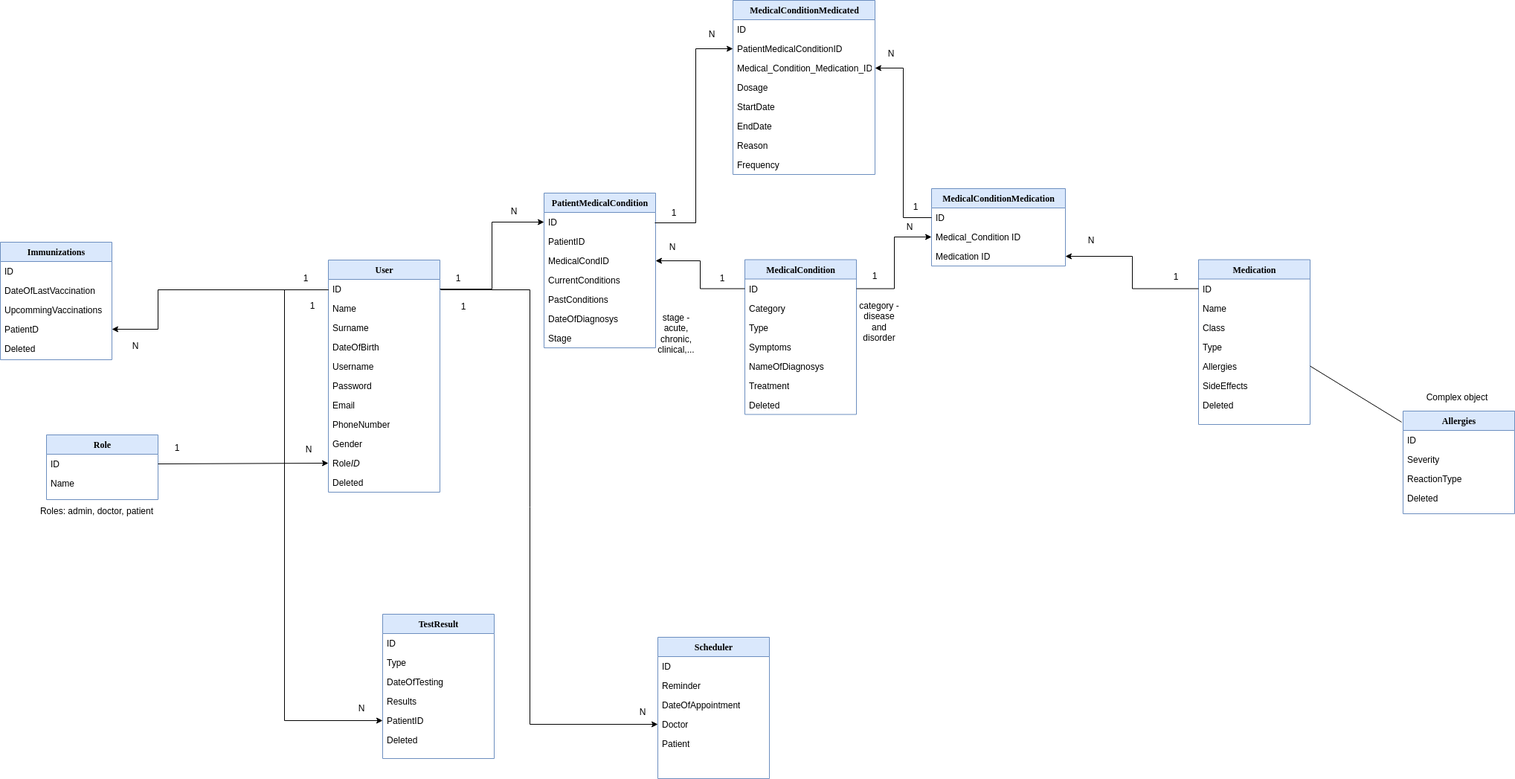
AndelaDujmov/Hygieia keeps this draw.io diagram as HygieiaDataModel.png. Above is the earlier version. Source tidied: cells renumbered, new cells last; positions are measured from the earlier drawing's top-left corner, leaving out a move shared by most shapes.
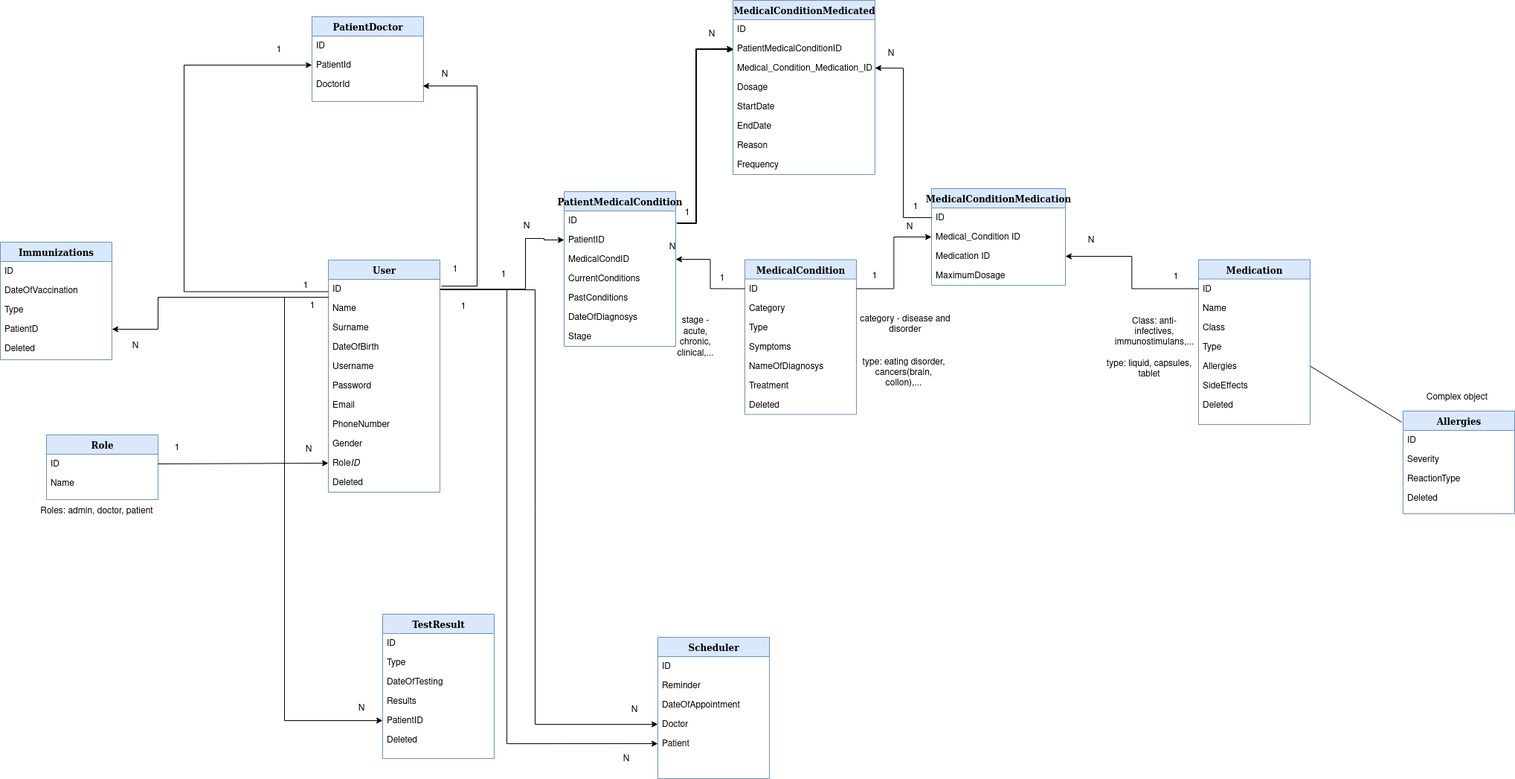
After the change.

Commit message:
added the final data model

Change to the diagram source:
```diff
@@ -137,10 +137,10 @@
     <mxCell id="46" value="ID" style="text;html=1;strokeColor=none;fillColor=none;align=left;verticalAlign=top;spacingLeft=4;spacingRight=4;whiteSpace=wrap;overflow=hidden;" parent="45" vertex="1">
       <mxGeometry y="26" width="150" height="26" as="geometry" />
     </mxCell>
-    <mxCell id="47" value="DateOfLastVaccination" style="text;html=1;strokeColor=none;fillColor=none;align=left;verticalAlign=top;spacingLeft=4;spacingRight=4;whiteSpace=wrap;overflow=hidden;" parent="45" vertex="1">
+    <mxCell id="47" value="DateOfVaccination" style="text;html=1;strokeColor=none;fillColor=none;align=left;verticalAlign=top;spacingLeft=4;spacingRight=4;whiteSpace=wrap;overflow=hidden;" parent="45" vertex="1">
       <mxGeometry y="52" width="150" height="26" as="geometry" />
     </mxCell>
-    <mxCell id="48" value="UpcommingVaccinations" style="text;html=1;strokeColor=none;fillColor=none;align=left;verticalAlign=top;spacingLeft=4;spacingRight=4;whiteSpace=wrap;overflow=hidden;" parent="45" vertex="1">
+    <mxCell id="48" value="Type" style="text;html=1;strokeColor=none;fillColor=none;align=left;verticalAlign=top;spacingLeft=4;spacingRight=4;whiteSpace=wrap;overflow=hidden;" parent="45" vertex="1">
       <mxGeometry y="78" width="150" height="26" as="geometry" />
     </mxCell>
     <mxCell id="49" value="PatientD" style="text;html=1;strokeColor=none;fillColor=none;align=left;verticalAlign=top;spacingLeft=4;spacingRight=4;whiteSpace=wrap;overflow=hidden;points=[[0,0.5],[1,0.5]];portConstraint=eastwest;" parent="45" vertex="1">
@@ -150,7 +150,7 @@
       <mxGeometry y="130" width="150" height="26" as="geometry" />
     </mxCell>
     <mxCell id="51" value="PatientMedicalCondition" style="swimlane;html=1;fontStyle=1;align=center;verticalAlign=top;horizontal=1;startSize=26;swimlaneFillColor=#ffffff;rounded=0;shadow=0;comic=0;labelBackgroundColor=none;strokeWidth=1;fillColor=#dae8fc;fontFamily=Verdana;fontSize=12;strokeColor=#6c8ebf;" parent="1" vertex="1">
-      <mxGeometry x="731" y="259" width="150" height="208" as="geometry" />
+      <mxGeometry x="758" y="257" width="150" height="208" as="geometry" />
     </mxCell>
     <mxCell id="52" value="ID" style="text;html=1;strokeColor=none;fillColor=none;align=left;verticalAlign=top;spacingLeft=4;spacingRight=4;whiteSpace=wrap;overflow=hidden;points=[[0,0.5],[1,0.5]];portConstraint=eastwest;" parent="51" vertex="1">
       <mxGeometry y="26" width="150" height="26" as="geometry" />
@@ -173,8 +173,14 @@
     <mxCell id="58" value="Stage" style="text;html=1;strokeColor=none;fillColor=none;align=left;verticalAlign=top;spacingLeft=4;spacingRight=4;whiteSpace=wrap;overflow=hidden;" parent="51" vertex="1">
       <mxGeometry y="182" width="150" height="26" as="geometry" />
     </mxCell>
-    <mxCell id="59" style="endArrow=classic;html=1;rounded=0;exitX=1;exitY=0.5;exitDx=0;exitDy=0;entryX=0;entryY=0.5;entryDx=0;entryDy=0;edgeStyle=orthogonalEdgeStyle;" parent="1" edge="1" source="3" target="52">
-      <mxGeometry relative="1" as="geometry" />
+    <mxCell id="59" style="endArrow=classic;html=1;rounded=0;exitX=1;exitY=0.5;exitDx=0;exitDy=0;entryX=0;entryY=0.5;entryDx=0;entryDy=0;edgeStyle=orthogonalEdgeStyle;" parent="1" edge="1" source="3" target="53">
+      <mxGeometry relative="1" as="geometry">
+        <Array as="points">
+          <mxPoint x="706" y="388" />
+          <mxPoint x="706" y="320" />
+          <mxPoint x="731" y="320" />
+        </Array>
+      </mxGeometry>
     </mxCell>
     <mxCell id="60" style="endArrow=classic;html=1;rounded=0;exitX=0;exitY=0.5;exitDx=0;exitDy=0;entryX=1;entryY=0.5;entryDx=0;entryDy=0;edgeStyle=orthogonalEdgeStyle;" parent="1" edge="1" source="18" target="54">
       <mxGeometry relative="1" as="geometry" />
@@ -197,7 +203,7 @@
       <mxGeometry x="1889" y="519" width="140" height="30" as="geometry" />
     </mxCell>
     <mxCell id="63" value="MedicalConditionMedication" style="swimlane;html=1;fontStyle=1;align=center;verticalAlign=top;horizontal=1;startSize=26;swimlaneFillColor=#ffffff;rounded=0;shadow=0;comic=0;labelBackgroundColor=none;strokeWidth=1;fillColor=#dae8fc;fontFamily=Verdana;fontSize=12;strokeColor=#6c8ebf;" parent="1" vertex="1">
-      <mxGeometry x="1252" y="253" width="180" height="104" as="geometry" />
+      <mxGeometry x="1252" y="253" width="180" height="130" as="geometry" />
     </mxCell>
     <mxCell id="64" value="ID" style="text;html=1;strokeColor=none;fillColor=none;align=left;verticalAlign=top;spacingLeft=4;spacingRight=4;whiteSpace=wrap;overflow=hidden;points=[[0,0.5],[1,0.5]];portConstraint=eastwest;" parent="63" vertex="1">
       <mxGeometry y="26" width="180" height="26" as="geometry" />
@@ -208,6 +214,9 @@
     <mxCell id="66" value="Medication ID" style="text;html=1;strokeColor=none;fillColor=none;align=left;verticalAlign=top;spacingLeft=4;spacingRight=4;whiteSpace=wrap;overflow=hidden;points=[[0,0.5],[1,0.5]];portConstraint=eastwest;" parent="63" vertex="1">
       <mxGeometry y="78" width="180" height="26" as="geometry" />
     </mxCell>
+    <mxCell id="113" value="MaximumDosage" style="text;html=1;strokeColor=none;fillColor=none;align=left;verticalAlign=top;spacingLeft=4;spacingRight=4;whiteSpace=wrap;overflow=hidden;" parent="63" vertex="1">
+      <mxGeometry y="104" width="180" height="26" as="geometry" />
+    </mxCell>
     <mxCell id="67" style="endArrow=classic;html=1;rounded=0;exitX=1;exitY=0.5;exitDx=0;exitDy=0;entryX=0;entryY=0.5;entryDx=0;entryDy=0;edgeStyle=elbowEdgeStyle;" parent="1" edge="1" source="18" target="65">
       <mxGeometry relative="1" as="geometry" />
     </mxCell>
@@ -227,10 +236,10 @@
       <mxGeometry x="456" y="937" width="60" height="30" as="geometry" />
     </mxCell>
     <mxCell id="73" value="1" style="text;html=1;strokeColor=none;fillColor=none;align=center;verticalAlign=middle;whiteSpace=wrap;rounded=0;" parent="1" vertex="1">
-      <mxGeometry x="586" y="359" width="60" height="30" as="geometry" />
+      <mxGeometry x="647" y="354" width="60" height="30" as="geometry" />
     </mxCell>
     <mxCell id="74" value="N" style="text;html=1;strokeColor=none;fillColor=none;align=center;verticalAlign=middle;whiteSpace=wrap;rounded=0;" parent="1" vertex="1">
-      <mxGeometry x="661" y="269" width="60" height="30" as="geometry" />
+      <mxGeometry x="678" y="289" width="60" height="30" as="geometry" />
     </mxCell>
     <mxCell id="75" value="N" style="text;html=1;strokeColor=none;fillColor=none;align=center;verticalAlign=middle;whiteSpace=wrap;rounded=0;" parent="1" vertex="1">
       <mxGeometry x="874" y="317" width="60" height="30" as="geometry" />
@@ -253,7 +262,7 @@
       <mxGeometry x="390" y="396" width="60" height="30" as="geometry" />
     </mxCell>
     <mxCell id="80" value="1" style="text;html=1;strokeColor=none;fillColor=none;align=center;verticalAlign=middle;whiteSpace=wrap;rounded=0;" parent="1" vertex="1">
-      <mxGeometry x="381" y="359" width="60" height="30" as="geometry" />
+      <mxGeometry x="381" y="369" width="60" height="30" as="geometry" />
     </mxCell>
     <mxCell id="81" value="N" style="text;html=1;strokeColor=none;fillColor=none;align=center;verticalAlign=middle;whiteSpace=wrap;rounded=0;" parent="1" vertex="1">
       <mxGeometry x="152" y="450" width="60" height="30" as="geometry" />
@@ -295,6 +304,8 @@
       <mxGeometry relative="1" as="geometry">
         <mxPoint x="592" y="389" as="sourcePoint" />
         <Array as="points">
+          <mxPoint x="719" y="720" />
+          <mxPoint x="727" y="720" />
           <mxPoint x="712" y="608" />
         </Array>
       </mxGeometry>
@@ -331,7 +342,7 @@
     </mxCell>
     <mxCell id="104" style="endArrow=classic;html=1;rounded=0;entryX=0;entryY=0.5;entryDx=0;entryDy=0;edgeStyle=orthogonalEdgeStyle;elbow=vertical;" parent="1" edge="1" target="97">
       <mxGeometry relative="1" as="geometry">
-        <mxPoint x="880" y="299" as="sourcePoint" />
+        <mxPoint x="909" y="299" as="sourcePoint" />
         <Array as="points">
           <mxPoint x="935" y="299" />
           <mxPoint x="935" y="65" />
@@ -342,7 +353,7 @@
       <mxGeometry relative="1" as="geometry" />
     </mxCell>
     <mxCell id="106" value="1" style="text;html=1;strokeColor=none;fillColor=none;align=center;verticalAlign=middle;whiteSpace=wrap;rounded=0;" parent="1" vertex="1">
-      <mxGeometry x="876" y="271" width="60" height="30" as="geometry" />
+      <mxGeometry x="894" y="271" width="60" height="30" as="geometry" />
     </mxCell>
     <mxCell id="107" value="N" style="text;html=1;strokeColor=none;fillColor=none;align=center;verticalAlign=middle;whiteSpace=wrap;rounded=0;" parent="1" vertex="1">
       <mxGeometry x="927" y="31" width="60" height="30" as="geometry" />
@@ -354,13 +365,79 @@
       <mxGeometry x="1168" y="57" width="60" height="30" as="geometry" />
     </mxCell>
     <mxCell id="110" value="category - disease and disorder" style="text;html=1;strokeColor=none;fillColor=none;align=center;verticalAlign=middle;whiteSpace=wrap;rounded=0;" parent="1" vertex="1">
-      <mxGeometry x="1152" y="417" width="60" height="30" as="geometry" />
+      <mxGeometry x="1152" y="417" width="130" height="38" as="geometry" />
     </mxCell>
     <mxCell id="111" value="stage - acute, chronic, clinical,..." style="text;html=1;strokeColor=none;fillColor=none;align=center;verticalAlign=middle;whiteSpace=wrap;rounded=0;" parent="1" vertex="1">
-      <mxGeometry x="885" y="433" width="48" height="30" as="geometry" />
+      <mxGeometry x="911" y="438" width="48" height="30" as="geometry" />
     </mxCell>
     <mxCell id="112" value="N" style="text;html=1;strokeColor=none;fillColor=none;align=center;verticalAlign=middle;whiteSpace=wrap;rounded=0;" parent="1" vertex="1">
-      <mxGeometry x="789" y="942" width="150" height="30" as="geometry" />
+      <mxGeometry x="778" y="939" width="150" height="30" as="geometry" />
     </mxCell>
+    <mxCell id="114" value="type: eating disorder, cancers(brain, collon),..." style="text;html=1;strokeColor=none;fillColor=none;align=center;verticalAlign=middle;whiteSpace=wrap;rounded=0;" parent="1" vertex="1">
+      <mxGeometry x="1155" y="473" width="120" height="55" as="geometry" />
+    </mxCell>
+    <mxCell id="115" value="Class: anti-infectives, immunostimulans,..." style="text;html=1;strokeColor=none;fillColor=none;align=center;verticalAlign=middle;whiteSpace=wrap;rounded=0;" parent="1" vertex="1">
+      <mxGeometry x="1522" y="431" width="60" height="30" as="geometry" />
+    </mxCell>
+    <mxCell id="116" value="type: liquid, capsules, tablet" style="text;html=1;strokeColor=none;fillColor=none;align=center;verticalAlign=middle;whiteSpace=wrap;rounded=0;" parent="1" vertex="1">
+      <mxGeometry x="1478" y="481" width="134" height="30" as="geometry" />
+    </mxCell>
+    <mxCell id="117" value="PatientDoctor" style="swimlane;html=1;fontStyle=1;align=center;verticalAlign=top;horizontal=1;startSize=26;swimlaneFillColor=#ffffff;rounded=0;shadow=0;comic=0;labelBackgroundColor=none;strokeWidth=1;fillColor=#dae8fc;fontFamily=Verdana;fontSize=12;strokeColor=#6c8ebf;" parent="1" vertex="1">
+      <mxGeometry x="419" y="22" width="150" height="114" as="geometry" />
+    </mxCell>
+    <mxCell id="118" value="ID" style="text;html=1;strokeColor=none;fillColor=none;align=left;verticalAlign=top;spacingLeft=4;spacingRight=4;whiteSpace=wrap;overflow=hidden;" parent="117" vertex="1">
+      <mxGeometry y="26" width="150" height="26" as="geometry" />
+    </mxCell>
+    <mxCell id="119" value="PatientId" style="text;html=1;strokeColor=none;fillColor=none;align=left;verticalAlign=top;spacingLeft=4;spacingRight=4;whiteSpace=wrap;overflow=hidden;points=[[0,0.5],[1,0.5]];portConstraint=eastwest;" parent="117" vertex="1">
+      <mxGeometry y="52" width="150" height="26" as="geometry" />
+    </mxCell>
+    <mxCell id="120" value="DoctorId" style="text;html=1;strokeColor=none;fillColor=none;align=left;verticalAlign=top;spacingLeft=4;spacingRight=4;whiteSpace=wrap;overflow=hidden;" parent="117" vertex="1">
+      <mxGeometry y="78" width="150" height="26" as="geometry" />
+    </mxCell>
+    <mxCell id="121" value="N" style="text;html=1;strokeColor=none;fillColor=none;align=center;verticalAlign=middle;whiteSpace=wrap;rounded=0;" parent="1" vertex="1">
+      <mxGeometry x="568" y="85" width="60" height="30" as="geometry" />
+    </mxCell>
+    <mxCell id="122" value="1" style="text;html=1;strokeColor=none;fillColor=none;align=center;verticalAlign=middle;whiteSpace=wrap;rounded=0;" parent="1" vertex="1">
+      <mxGeometry x="582" y="347" width="60" height="30" as="geometry" />
+    </mxCell>
+    <mxCell id="123" style="endArrow=classic;html=1;rounded=0;entryX=0;entryY=0.5;entryDx=0;entryDy=0;exitX=1;exitY=0.75;exitDx=0;exitDy=0;edgeStyle=elbowEdgeStyle;" parent="1" edge="1" source="80" target="119">
+      <mxGeometry relative="1" as="geometry">
+        <Array as="points">
+          <mxPoint x="247" y="237" />
+        </Array>
+      </mxGeometry>
+    </mxCell>
+    <mxCell id="124" value="1" style="text;html=1;strokeColor=none;fillColor=none;align=center;verticalAlign=middle;whiteSpace=wrap;rounded=0;" parent="1" vertex="1">
+      <mxGeometry x="345" y="52" width="60" height="30" as="geometry" />
+    </mxCell>
+    <mxCell id="125" style="endArrow=classic;html=1;rounded=0;entryX=0;entryY=1;entryDx=0;entryDy=0;edgeStyle=elbowEdgeStyle;" parent="1" edge="1" target="121">
+      <mxGeometry relative="1" as="geometry">
+        <mxPoint x="593" y="384" as="sourcePoint" />
+        <Array as="points">
+          <mxPoint x="641" y="273" />
+        </Array>
+      </mxGeometry>
+    </mxCell>
+    <mxCell id="126" style="endArrow=classic;html=1;rounded=0;exitX=1;exitY=0.5;exitDx=0;exitDy=0;entryX=0;entryY=0.5;entryDx=0;entryDy=0;edgeStyle=orthogonalEdgeStyle;" parent="1" edge="1" source="3" target="92">
+      <mxGeometry relative="1" as="geometry">
+        <Array as="points">
+          <mxPoint x="681" y="388" />
+          <mxPoint x="681" y="999" />
+        </Array>
+      </mxGeometry>
+    </mxCell>
+    <mxCell id="127" value="N" style="text;html=1;strokeColor=none;fillColor=none;align=center;verticalAlign=middle;whiteSpace=wrap;rounded=0;" parent="1" vertex="1">
+      <mxGeometry x="767" y="1005" width="150" height="30" as="geometry" />
+    </mxCell>
+    <mxCell id="128" style="endArrow=classic;html=1;rounded=0;entryX=0;entryY=0.5;entryDx=0;entryDy=0;edgeStyle=orthogonalEdgeStyle;elbow=vertical;" parent="1" edge="1">
+      <mxGeometry relative="1" as="geometry">
+        <mxPoint x="910" y="300" as="sourcePoint" />
+        <mxPoint x="986" y="66" as="targetPoint" />
+        <Array as="points">
+          <mxPoint x="936" y="300" />
+          <mxPoint x="936" y="66" />
+        </Array>
+      </mxGeometry>
+    </mxCell>
   </root>
 </mxGraphModel>
```
